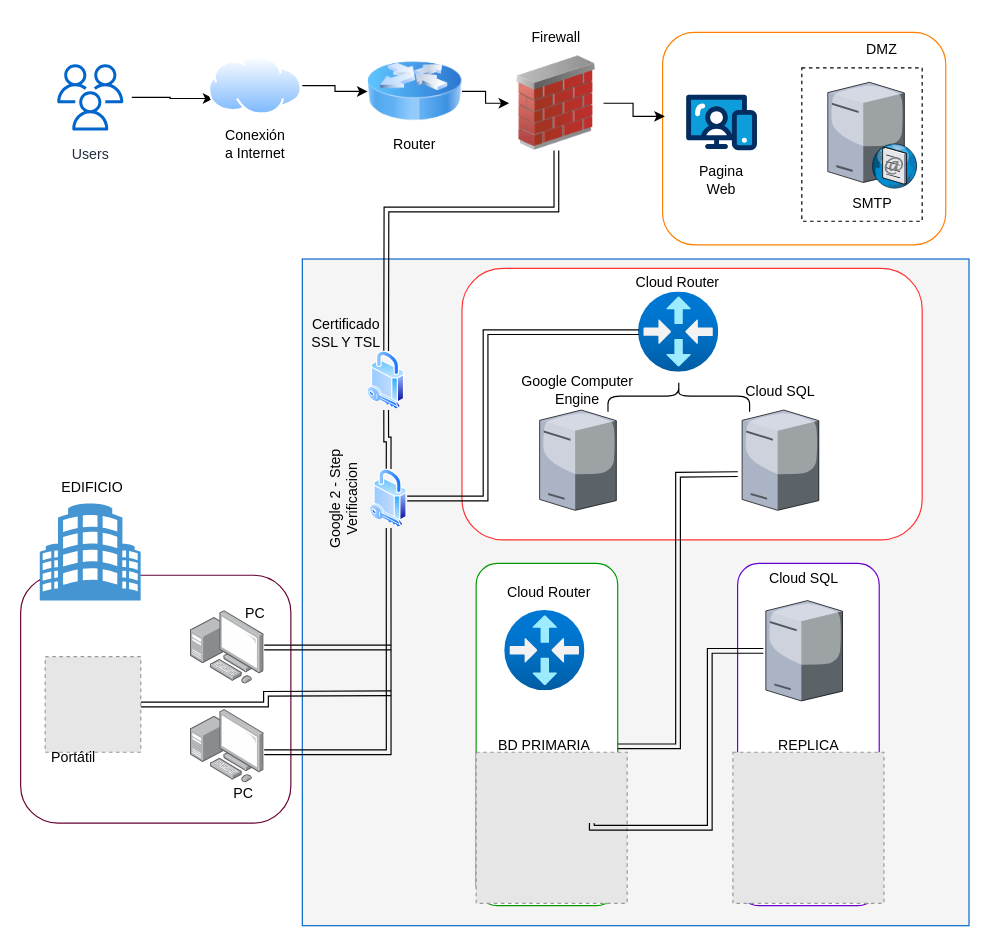
SindyBarrera/1er.-Proyecto-Desarrollo-Web-SINDY-MELISSA-BARRERA-BARRERA keeps this draw.io diagram as page "Página-1" (1 of 2) of Diagrama sin título.drawio. Above is the earlier version. Source tidied: cells renumbered, new cells numbered last; positions are measured from the earlier drawing's top-left corner, leaving out a move shared by most shapes. Both pictures are drawn from the tidied source at 118%, with x=0, y=0 at pixel (20, 20). Pictures stored in the file or linked from it are replaced by grey dashed boxes.
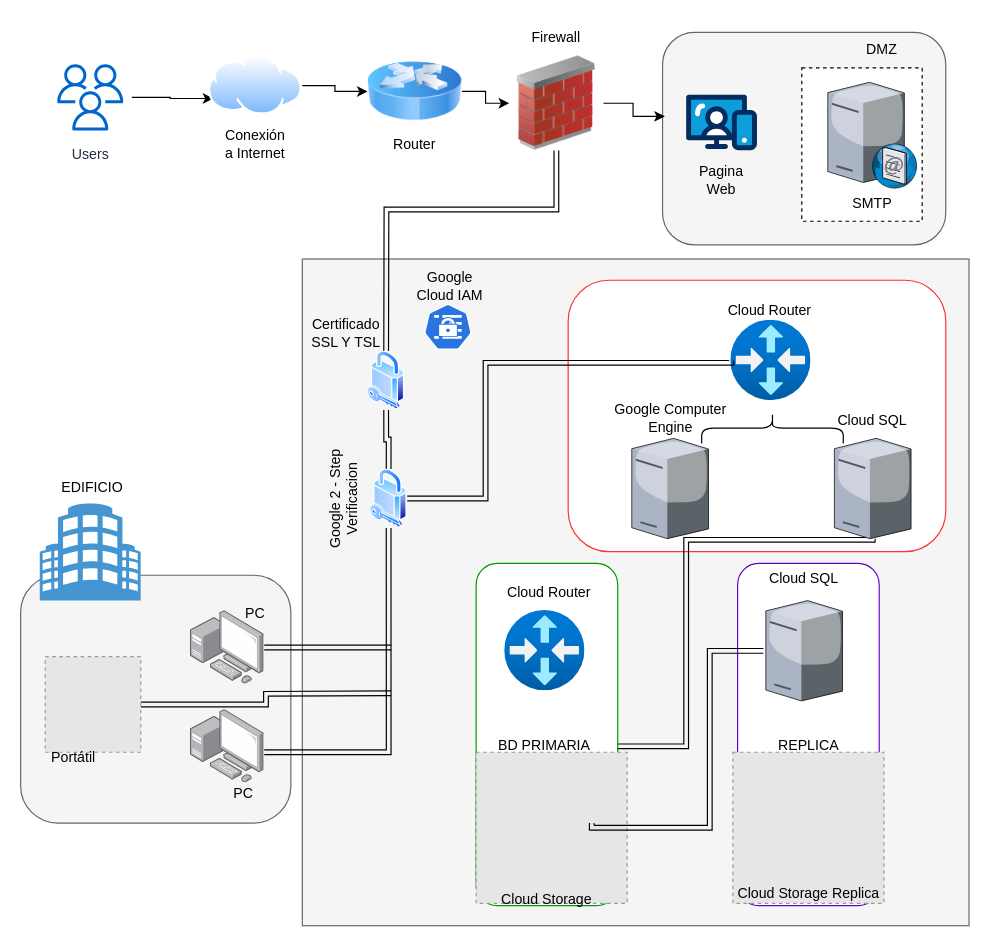
After the change.

Unchanged cells that the change refers to:
```xml
<mxCell id="17" style="image;html=1;image=img/lib/clip_art/networking/Firewall_02_128x128.png;" parent="1" vertex="1">
  <mxGeometry x="414" y="30" width="80" height="80" as="geometry" />
</mxCell>
<mxCell id="27" style="image;perimeter=ellipsePerimeter;html=1;align=center;shadow=0;dashed=0;spacingTop=3;image=img/lib/active_directory/security.svg;" parent="1" vertex="1">
  <mxGeometry x="294" y="280" width="31.5" height="50" as="geometry" />
</mxCell>
<mxCell id="30" style="image;perimeter=ellipsePerimeter;html=1;align=center;shadow=0;dashed=0;spacingTop=3;image=img/lib/active_directory/security.svg;" parent="1" vertex="1">
  <mxGeometry x="296.1" y="380" width="31.5" height="50" as="geometry" />
</mxCell>
<mxCell id="38" value="BD PRIMARIA" style="text;html=1;align=center;verticalAlign=middle;whiteSpace=wrap;rounded=0;" parent="1" vertex="1">
  <mxGeometry x="382.4" y="600" width="123.9" height="30" as="geometry" />
</mxCell>
```

The edit, as a diff of the source:
```diff
@@
-    <mxCell id="2" style="whiteSpace=wrap;html=1;fillColor=#f5f5f5;fontColor=#333333;strokeColor=#0066CC;" parent="1" vertex="1">
+    <mxCell id="2" style="whiteSpace=wrap;html=1;fillColor=#f5f5f5;strokeColor=#666666;fontColor=#333333;" parent="1" vertex="1">
       <mxGeometry x="238.7" y="202" width="565" height="565" as="geometry" />
     </mxCell>
-    <mxCell id="3" style="rounded=1;whiteSpace=wrap;html=1;strokeColor=#660033;" parent="1" vertex="1">
+    <mxCell id="3" style="rounded=1;whiteSpace=wrap;html=1;strokeColor=#666666;fillColor=#f5f5f5;fontColor=#333333;" parent="1" vertex="1">
       <mxGeometry y="470" width="229" height="210" as="geometry" />
     </mxCell>
@@
     <mxCell id="6" style="rounded=1;whiteSpace=wrap;html=1;strokeColor=#FF3333;" parent="1" vertex="1">
-      <mxGeometry x="374" y="210" width="390" height="230" as="geometry" />
+      <mxGeometry x="464" y="220" width="320" height="230" as="geometry" />
     </mxCell>
-    <mxCell id="7" style="rounded=1;whiteSpace=wrap;html=1;strokeColor=#FF8000;" parent="1" vertex="1">
+    <mxCell id="7" style="rounded=1;whiteSpace=wrap;html=1;strokeColor=#666666;fillColor=#f5f5f5;fontColor=#333333;" parent="1" vertex="1">
       <mxGeometry x="544" y="10" width="240" height="180" as="geometry" />
     </mxCell>
@@
-    <mxCell id="16" style="edgeStyle=orthogonalEdgeStyle;rounded=0;jettySize=auto;html=1;shape=link;" parent="1" edge="1" source="17" target="27">
+    <mxCell id="16" style="edgeStyle=orthogonalEdgeStyle;rounded=0;jettySize=auto;html=1;shape=link;exitX=0.5;exitY=1;exitDx=0;exitDy=0;" parent="1" edge="1" source="17" target="27">
       <mxGeometry relative="1" as="geometry">
         <Array as="points">
           <mxPoint x="454" y="160" />
           <mxPoint x="310" y="160" />
         </Array>
       </mxGeometry>
     </mxCell>
@@
     <mxCell id="32" style="image;html=1;points=[];align=center;fontSize=12;image=img/lib/azure2/networking/Virtual_Router.svg;" parent="1" vertex="1">
-      <mxGeometry x="523.7" y="230" width="68" height="68" as="geometry" />
+      <mxGeometry x="601.9" y="254" width="68" height="68" as="geometry" />
     </mxCell>
-    <mxCell id="33" style="edgeStyle=orthogonalEdgeStyle;rounded=0;jettySize=auto;html=1;entryX=1;entryY=0.5;entryDx=0;entryDy=0;shape=link;" parent="1" edge="1" target="38">
+    <mxCell id="33" style="edgeStyle=orthogonalEdgeStyle;rounded=0;jettySize=auto;html=1;entryX=1;entryY=0.5;entryDx=0;entryDy=0;shape=link;" parent="1" edge="1" source="47" target="38">
       <mxGeometry relative="1" as="geometry">
-        <mxPoint x="607.8" y="384.3" as="sourcePoint" />
+        <Array as="points">
+          <mxPoint x="722" y="440" />
+          <mxPoint x="564" y="440" />
+          <mxPoint x="564" y="615" />
+        </Array>
       </mxGeometry>
     </mxCell>
@@
     <mxCell id="35" value="Google Computer Engine" style="text;html=1;align=center;verticalAlign=middle;whiteSpace=wrap;rounded=0;" parent="1" vertex="1">
-      <mxGeometry x="410.3" y="298" width="123.9" height="30" as="geometry" />
+      <mxGeometry x="488.5" y="322" width="123.9" height="30" as="geometry" />
     </mxCell>
     <mxCell id="36" value="Cloud SQL" style="text;html=1;align=center;verticalAlign=middle;whiteSpace=wrap;rounded=0;" parent="1" vertex="1">
-      <mxGeometry x="582" y="300" width="123.9" height="30" as="geometry" />
+      <mxGeometry x="660.1" y="324" width="123.9" height="30" as="geometry" />
     </mxCell>
@@
     <mxCell id="42" value="Cloud Router" style="text;html=1;align=center;verticalAlign=middle;whiteSpace=wrap;rounded=0;" parent="1" vertex="1">
-      <mxGeometry x="495" y="207" width="123.9" height="30" as="geometry" />
+      <mxGeometry x="573.1" y="231" width="123.9" height="30" as="geometry" />
     </mxCell>
@@
     <mxCell id="44" style="edgeStyle=orthogonalEdgeStyle;rounded=0;jettySize=auto;html=1;entryX=0.004;entryY=0.5;entryDx=0;entryDy=0;entryPerimeter=0;shape=link;" parent="1" edge="1" source="30" target="32">
       <mxGeometry relative="1" as="geometry">
         <Array as="points">
           <mxPoint x="394" y="405" />
-          <mxPoint x="394" y="264" />
+          <mxPoint x="394" y="290" />
+          <mxPoint x="602" y="290" />
         </Array>
       </mxGeometry>
     </mxCell>
@@
     <mxCell id="46" style="verticalLabelPosition=bottom;sketch=0;html=1;verticalAlign=top;strokeColor=none;align=center;shape=mxgraph.citrix.tower_server;" parent="1" vertex="1">
-      <mxGeometry x="439.8" y="330" width="65" height="85" as="geometry" />
+      <mxGeometry x="517.9" y="354" width="65" height="85" as="geometry" />
     </mxCell>
     <mxCell id="47" style="verticalLabelPosition=bottom;sketch=0;html=1;verticalAlign=top;strokeColor=none;align=center;outlineConnect=0;shape=mxgraph.citrix.tower_server;" parent="1" vertex="1">
-      <mxGeometry x="611.4" y="330" width="65" height="85" as="geometry" />
+      <mxGeometry x="689.6" y="354" width="65" height="85" as="geometry" />
     </mxCell>
@@
     <mxCell id="59" style="shape=curlyBracket;whiteSpace=wrap;html=1;rounded=1;flipH=1;labelPosition=right;verticalLabelPosition=middle;align=left;verticalAlign=middle;rotation=-90;" parent="1" vertex="1">
-      <mxGeometry x="544.6" y="258.2" width="26.3" height="120" as="geometry" />
+      <mxGeometry x="624" y="285.3" width="26.3" height="120" as="geometry" />
     </mxCell>
+    <mxCell id="60" value="Cloud Storage" style="text;html=1;align=center;verticalAlign=middle;whiteSpace=wrap;rounded=0;" parent="1" vertex="1">
+      <mxGeometry x="384.1" y="730" width="123.9" height="30" as="geometry" />
+    </mxCell>
+    <mxCell id="61" value="Cloud Storage Replica" style="text;html=1;align=center;verticalAlign=middle;whiteSpace=wrap;rounded=0;" parent="1" vertex="1">
+      <mxGeometry x="605.8" y="725" width="123.9" height="30" as="geometry" />
+    </mxCell>
+    <mxCell id="62" value="Google Cloud IAM" style="text;html=1;align=center;verticalAlign=middle;whiteSpace=wrap;rounded=0;" parent="1" vertex="1">
+      <mxGeometry x="333.8" y="210" width="60" height="30" as="geometry" />
+    </mxCell>
+    <mxCell id="63" style="sketch=0;html=1;dashed=0;whitespace=wrap;verticalLabelPosition=bottom;verticalAlign=top;fillColor=#2875E2;strokeColor=#ffffff;shape=mxgraph.kubernetes.icon2;prIcon=secret;" parent="1" vertex="1">
+      <mxGeometry x="341.8" y="240" width="40.6" height="39" as="geometry" />
+    </mxCell>
```
